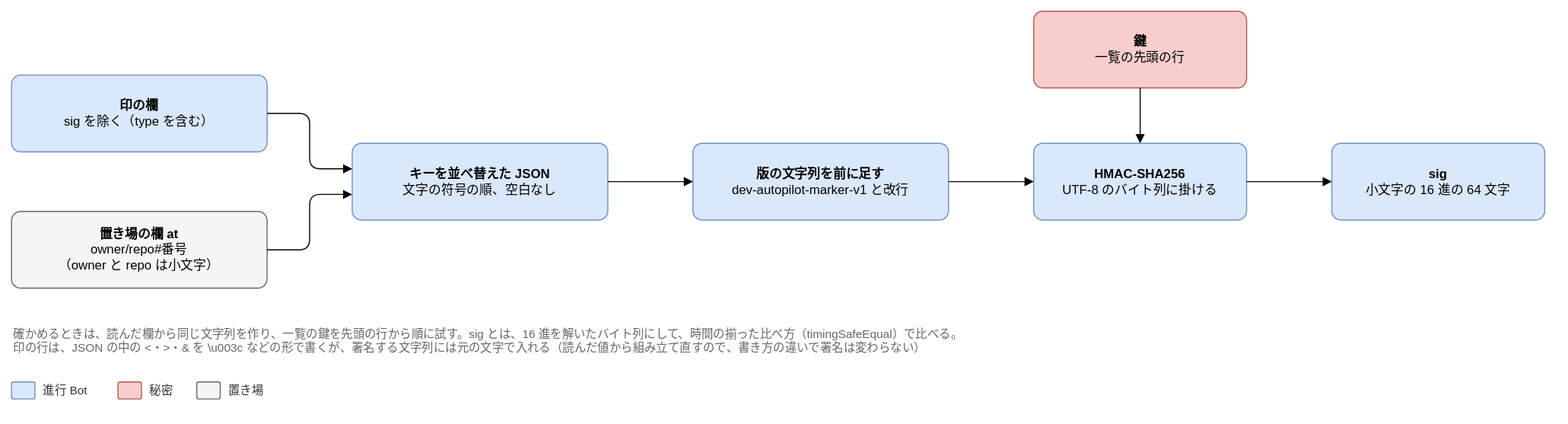
Above: docs/design/detailed/diagrams/03-sign.drawio.svg in Joymerrevent/dev-autopilot (draw.io), before the change. Source tidied: cells renumbered, new cells last; positions are measured from the earlier drawing's top-left corner, leaving out a move shared by most shapes. Its diagram source:
```xml
<mxGraphModel background="#ffffff">
  <root>
    <mxCell id="0" />
    <mxCell id="1" parent="0" />
    <mxCell id="2" value="&lt;b&gt;印の欄&lt;/b&gt;&lt;br&gt;sig を除く（type を含む）" style="rounded=1;whiteSpace=wrap;html=1;fontSize=12;arcSize=12;spacing=12;fillColor=#dae8fc;strokeColor=#6c8ebf;" parent="1" vertex="1">
      <mxGeometry y="60" width="240" height="72" as="geometry" />
    </mxCell>
    <mxCell id="3" value="&lt;b&gt;置き場の欄 at&lt;/b&gt;&lt;br&gt;owner/repo#番号&lt;br&gt;（owner と repo は小文字）" style="rounded=1;whiteSpace=wrap;html=1;fontSize=12;arcSize=12;spacing=12;fillColor=#f5f5f5;strokeColor=#666666;" parent="1" vertex="1">
      <mxGeometry y="188" width="240" height="72" as="geometry" />
    </mxCell>
    <mxCell id="4" value="&lt;b&gt;キーを並べ替えた JSON&lt;/b&gt;&lt;br&gt;文字の符号の順、空白なし" style="rounded=1;whiteSpace=wrap;html=1;fontSize=12;arcSize=12;spacing=12;fillColor=#dae8fc;strokeColor=#6c8ebf;" parent="1" vertex="1">
      <mxGeometry x="320" y="124" width="240" height="72" as="geometry" />
    </mxCell>
    <mxCell id="5" value="&lt;b&gt;版の文字列を前に足す&lt;/b&gt;&lt;br&gt;dev-autopilot-marker-v1 と改行" style="rounded=1;whiteSpace=wrap;html=1;fontSize=12;arcSize=12;spacing=12;fillColor=#dae8fc;strokeColor=#6c8ebf;" parent="1" vertex="1">
      <mxGeometry x="640" y="124" width="240" height="72" as="geometry" />
    </mxCell>
    <mxCell id="6" value="&lt;b&gt;鍵&lt;/b&gt;&lt;br&gt;一覧の先頭の行" style="rounded=1;whiteSpace=wrap;html=1;fontSize=12;arcSize=12;spacing=12;fillColor=#f8cecc;strokeColor=#b85450;" parent="1" vertex="1">
      <mxGeometry x="960" width="200" height="72" as="geometry" />
    </mxCell>
    <mxCell id="7" value="&lt;b&gt;HMAC-SHA256&lt;/b&gt;&lt;br&gt;UTF-8 のバイト列に掛ける" style="rounded=1;whiteSpace=wrap;html=1;fontSize=12;arcSize=12;spacing=12;fillColor=#dae8fc;strokeColor=#6c8ebf;" parent="1" vertex="1">
      <mxGeometry x="960" y="124" width="200" height="72" as="geometry" />
    </mxCell>
    <mxCell id="8" value="&lt;b&gt;sig&lt;/b&gt;&lt;br&gt;小文字の 16 進の 64 文字" style="rounded=1;whiteSpace=wrap;html=1;fontSize=12;arcSize=12;spacing=12;fillColor=#dae8fc;strokeColor=#6c8ebf;" parent="1" vertex="1">
      <mxGeometry x="1240" y="124" width="200" height="72" as="geometry" />
    </mxCell>
    <mxCell id="9" style="edgeStyle=orthogonalEdgeStyle;rounded=1;html=1;endArrow=block;endFill=1;fontSize=11;labelBackgroundColor=#ffffff;exitX=1;exitY=0.5;exitDx=0;exitDy=0;entryX=0;entryY=0.3333333333333333;entryDx=0;entryDy=0;" parent="1" edge="1" source="2" target="4">
      <mxGeometry relative="1" as="geometry">
        <Array as="points">
          <mxPoint x="280" y="96" />
          <mxPoint x="280" y="148" />
        </Array>
      </mxGeometry>
    </mxCell>
    <mxCell id="10" style="edgeStyle=orthogonalEdgeStyle;rounded=1;html=1;endArrow=block;endFill=1;fontSize=11;labelBackgroundColor=#ffffff;exitX=1;exitY=0.5;exitDx=0;exitDy=0;entryX=0;entryY=0.6666666666666666;entryDx=0;entryDy=0;" parent="1" edge="1" source="3" target="4">
      <mxGeometry relative="1" as="geometry">
        <Array as="points">
          <mxPoint x="280" y="224" />
          <mxPoint x="280" y="172" />
        </Array>
      </mxGeometry>
    </mxCell>
    <mxCell id="11" style="edgeStyle=orthogonalEdgeStyle;rounded=1;html=1;endArrow=block;endFill=1;fontSize=11;labelBackgroundColor=#ffffff;exitX=1;exitY=0.5;exitDx=0;exitDy=0;entryX=0;entryY=0.5;entryDx=0;entryDy=0;" parent="1" edge="1" source="4" target="5">
      <mxGeometry relative="1" as="geometry" />
    </mxCell>
    <mxCell id="12" style="edgeStyle=orthogonalEdgeStyle;rounded=1;html=1;endArrow=block;endFill=1;fontSize=11;labelBackgroundColor=#ffffff;exitX=1;exitY=0.5;exitDx=0;exitDy=0;entryX=0;entryY=0.5;entryDx=0;entryDy=0;" parent="1" edge="1" source="5" target="7">
      <mxGeometry relative="1" as="geometry" />
    </mxCell>
    <mxCell id="13" style="edgeStyle=orthogonalEdgeStyle;rounded=1;html=1;endArrow=block;endFill=1;fontSize=11;labelBackgroundColor=#ffffff;exitX=0.5;exitY=1;exitDx=0;exitDy=0;entryX=0.5;entryY=0;entryDx=0;entryDy=0;" parent="1" edge="1" source="6" target="7">
      <mxGeometry relative="1" as="geometry" />
    </mxCell>
    <mxCell id="14" style="edgeStyle=orthogonalEdgeStyle;rounded=1;html=1;endArrow=block;endFill=1;fontSize=11;labelBackgroundColor=#ffffff;exitX=1;exitY=0.5;exitDx=0;exitDy=0;entryX=0;entryY=0.5;entryDx=0;entryDy=0;" parent="1" edge="1" source="7" target="8">
      <mxGeometry relative="1" as="geometry" />
    </mxCell>
    <mxCell id="15" value="確かめるときは、読んだ欄から同じ文字列を作り、一覧の鍵を先頭の行から順に試す。sig とは、16 進を解いたバイト列にして、時間の揃った比べ方（timingSafeEqual）で比べる。&lt;br&gt;印の行は、JSON の中の &amp;lt;・&amp;gt;・&amp;amp; を \u003c などの形で書くが、署名する文字列には元の文字で入れる（読んだ値から組み立て直すので、書き方の違いで署名は変わらない）" style="text;html=1;whiteSpace=wrap;align=left;verticalAlign=top;fontSize=11;fontColor=#666666;" parent="1" vertex="1">
      <mxGeometry y="290" width="1440" height="40" as="geometry" />
    </mxCell>
    <mxCell id="16" style="rounded=1;whiteSpace=wrap;html=1;fontSize=12;arcSize=12;spacing=12;fillColor=#dae8fc;strokeColor=#6c8ebf;" parent="1" vertex="1">
      <mxGeometry y="348" width="22" height="16" as="geometry" />
    </mxCell>
    <mxCell id="17" value="進行 Bot" style="text;html=1;align=left;verticalAlign=middle;fontSize=11;fontColor=#333333;" parent="1" vertex="1">
      <mxGeometry x="28" y="346" width="56" height="20" as="geometry" />
    </mxCell>
    <mxCell id="18" style="rounded=1;whiteSpace=wrap;html=1;fontSize=12;arcSize=12;spacing=12;fillColor=#f8cecc;strokeColor=#b85450;" parent="1" vertex="1">
      <mxGeometry x="100" y="348" width="22" height="16" as="geometry" />
    </mxCell>
    <mxCell id="19" value="秘密" style="text;html=1;align=left;verticalAlign=middle;fontSize=11;fontColor=#333333;" parent="1" vertex="1">
      <mxGeometry x="128" y="346" width="30" height="20" as="geometry" />
    </mxCell>
    <mxCell id="20" style="rounded=1;whiteSpace=wrap;html=1;fontSize=12;arcSize=12;spacing=12;fillColor=#f5f5f5;strokeColor=#666666;" parent="1" vertex="1">
      <mxGeometry x="174" y="348" width="22" height="16" as="geometry" />
    </mxCell>
    <mxCell id="21" value="置き場" style="text;html=1;align=left;verticalAlign=middle;fontSize=11;fontColor=#333333;" parent="1" vertex="1">
      <mxGeometry x="202" y="346" width="44" height="20" as="geometry" />
    </mxCell>
  </root>
</mxGraphModel>
```
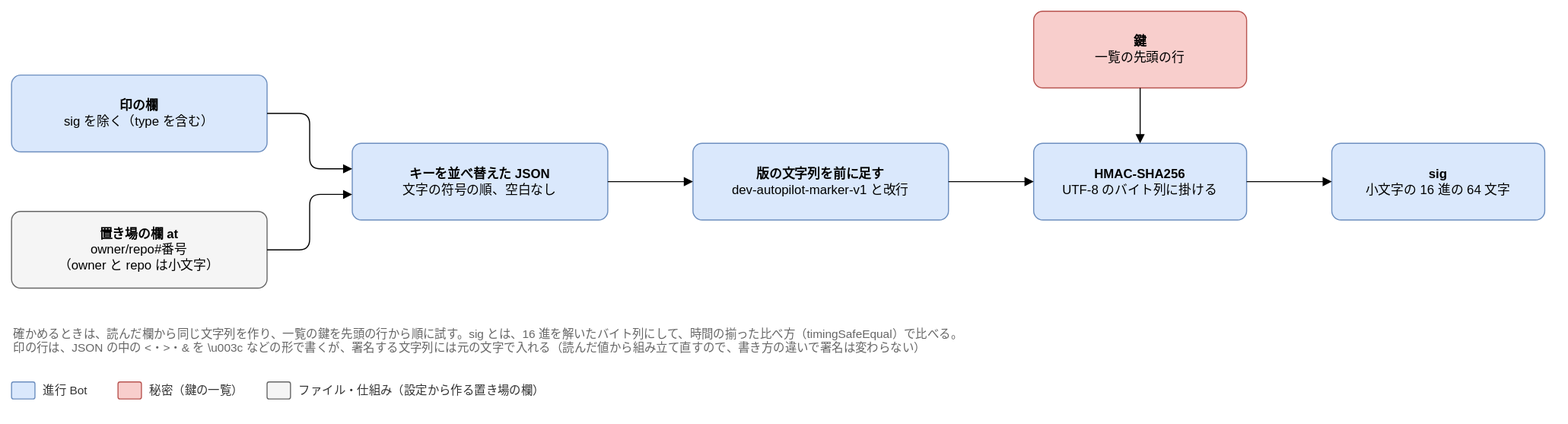
The same diagram one commit later.

Change to the diagram source:
```diff
@@ -63,14 +63,14 @@
     <mxCell id="18" style="rounded=1;whiteSpace=wrap;html=1;fontSize=12;arcSize=12;spacing=12;fillColor=#f8cecc;strokeColor=#b85450;" parent="1" vertex="1">
       <mxGeometry x="100" y="348" width="22" height="16" as="geometry" />
     </mxCell>
-    <mxCell id="19" value="秘密" style="text;html=1;align=left;verticalAlign=middle;fontSize=11;fontColor=#333333;" parent="1" vertex="1">
-      <mxGeometry x="128" y="346" width="30" height="20" as="geometry" />
+    <mxCell id="19" value="秘密（鍵の一覧）" style="text;html=1;align=left;verticalAlign=middle;fontSize=11;fontColor=#333333;" parent="1" vertex="1">
+      <mxGeometry x="128" y="346" width="96" height="20" as="geometry" />
     </mxCell>
     <mxCell id="20" style="rounded=1;whiteSpace=wrap;html=1;fontSize=12;arcSize=12;spacing=12;fillColor=#f5f5f5;strokeColor=#666666;" parent="1" vertex="1">
-      <mxGeometry x="174" y="348" width="22" height="16" as="geometry" />
+      <mxGeometry x="240" y="348" width="22" height="16" as="geometry" />
     </mxCell>
-    <mxCell id="21" value="置き場" style="text;html=1;align=left;verticalAlign=middle;fontSize=11;fontColor=#333333;" parent="1" vertex="1">
-      <mxGeometry x="202" y="346" width="44" height="20" as="geometry" />
+    <mxCell id="21" value="ファイル・仕組み（設定から作る置き場の欄）" style="text;html=1;align=left;verticalAlign=middle;fontSize=11;fontColor=#333333;" parent="1" vertex="1">
+      <mxGeometry x="268" y="346" width="250" height="20" as="geometry" />
     </mxCell>
   </root>
 </mxGraphModel>
```
